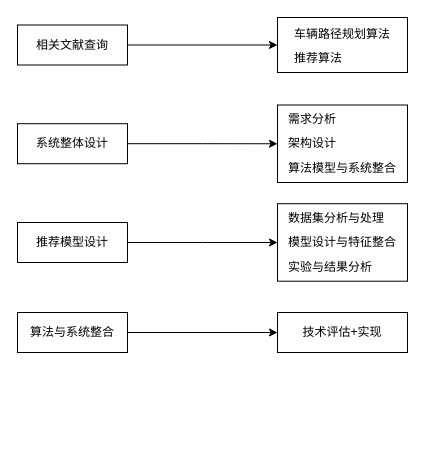
Earlier version of the draw.io diagram 研究的具体方案与路线.drawio (YoungYo/drawio). Source tidied: cells renumbered, new cells numbered last; positions are measured from the earlier drawing's top-left corner, leaving out a move shared by most shapes. Both pictures are drawn from the tidied source at 100%, with x=0, y=0 at pixel (17, 17).
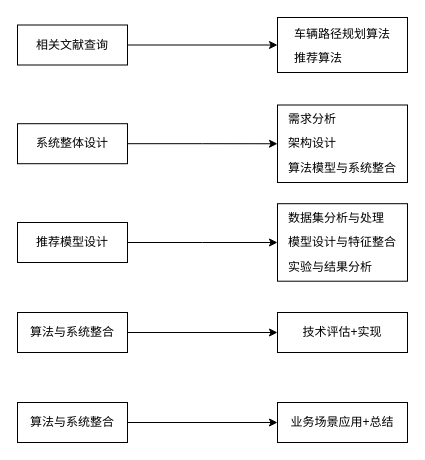
Above is the later version.

Commit message (it also covers changes not shown here):
Update 研究的具体方案与路线.drawio

Change to the diagram source:
```diff
@@
 <mxGraphModel>
   <root>
     <mxCell id="0" />
     <mxCell id="1" parent="0" />
     <mxCell id="2" style="edgeStyle=orthogonalEdgeStyle;rounded=0;jettySize=auto;html=1;entryX=0;entryY=0.5;entryDx=0;entryDy=0;" parent="1" edge="1" source="3" target="4">
       <mxGeometry relative="1" as="geometry" />
     </mxCell>
     <mxCell id="3" value="相关文献查询" style="rounded=0;whiteSpace=wrap;html=1;" parent="1" vertex="1">
       <mxGeometry y="7.5" width="110" height="40" as="geometry" />
     </mxCell>
     <mxCell id="4" value="&lt;p class=&quot;MsoNormal&quot; style=&quot;margin: 0pt 0pt 0.0001pt ; text-indent: 0pt ; text-align: justify ; line-height: 24px ; font-family: &amp;#34;times new roman&amp;#34;&quot;&gt;&lt;font face=&quot;宋体&quot; style=&quot;font-size: 12px&quot;&gt;车辆路径规划算法&lt;/font&gt;&lt;/p&gt;&lt;p class=&quot;MsoNormal&quot; style=&quot;margin: 0pt 0pt 0.0001pt ; text-indent: 0pt ; text-align: justify ; line-height: 24px ; font-family: &amp;#34;times new roman&amp;#34;&quot;&gt;&lt;font face=&quot;宋体&quot; style=&quot;font-size: 12px&quot;&gt;推荐算法&lt;/font&gt;&lt;/p&gt;" style="rounded=0;whiteSpace=wrap;html=1;" parent="1" vertex="1">
       <mxGeometry x="260" width="130" height="55" as="geometry" />
     </mxCell>
     <mxCell id="5" style="edgeStyle=orthogonalEdgeStyle;rounded=0;jettySize=auto;html=1;entryX=0;entryY=0.5;entryDx=0;entryDy=0;" parent="1" edge="1" source="6" target="11">
       <mxGeometry relative="1" as="geometry" />
     </mxCell>
     <mxCell id="6" value="系统整体设计" style="rounded=0;whiteSpace=wrap;html=1;" parent="1" vertex="1">
       <mxGeometry y="106.2" width="110" height="40" as="geometry" />
     </mxCell>
     <mxCell id="7" style="edgeStyle=orthogonalEdgeStyle;rounded=0;jettySize=auto;html=1;" parent="1" edge="1" source="8" target="12">
       <mxGeometry relative="1" as="geometry" />
     </mxCell>
     <mxCell id="8" value="推荐模型设计" style="rounded=0;whiteSpace=wrap;html=1;" parent="1" vertex="1">
       <mxGeometry y="205" width="110" height="40" as="geometry" />
     </mxCell>
     <mxCell id="9" style="edgeStyle=orthogonalEdgeStyle;rounded=0;jettySize=auto;html=1;entryX=0;entryY=0.5;entryDx=0;entryDy=0;" parent="1" edge="1" source="10" target="13">
       <mxGeometry relative="1" as="geometry" />
     </mxCell>
     <mxCell id="10" value="算法与系统整合" style="rounded=0;whiteSpace=wrap;html=1;" parent="1" vertex="1">
       <mxGeometry y="295" width="110" height="40" as="geometry" />
     </mxCell>
     <mxCell id="11" value="&lt;p class=&quot;MsoNormal&quot; style=&quot;margin: 0pt 0pt 0.0001pt ; text-indent: 0pt ; text-align: justify ; line-height: 24px ; font-family: &amp;#34;times new roman&amp;#34;&quot;&gt;&lt;font style=&quot;font-size: 12px&quot;&gt;&lt;span&gt;&lt;font face=&quot;宋体&quot; style=&quot;font-size: 12px&quot;&gt;需求分析&lt;/font&gt;&lt;/span&gt;&lt;/font&gt;&lt;/p&gt;&lt;p class=&quot;MsoNormal&quot; style=&quot;margin: 0pt 0pt 0.0001pt ; text-indent: 0pt ; text-align: justify ; line-height: 24px ; font-family: &amp;#34;times new roman&amp;#34;&quot;&gt;&lt;font style=&quot;font-size: 12px&quot;&gt;&lt;span&gt;&lt;font face=&quot;宋体&quot; style=&quot;font-size: 12px&quot;&gt;架构设计&lt;/font&gt;&lt;/span&gt;&lt;/font&gt;&lt;/p&gt;&lt;p class=&quot;MsoNormal&quot; style=&quot;margin: 0pt 0pt 0.0001pt ; text-indent: 0pt ; text-align: justify ; line-height: 24px ; font-family: &amp;#34;times new roman&amp;#34;&quot;&gt;&lt;span&gt;&lt;font face=&quot;宋体&quot; style=&quot;font-size: 12px&quot;&gt;算法模型与系统整合&lt;/font&gt;&lt;/span&gt;&lt;span style=&quot;font-size: 12pt&quot;&gt;&lt;/span&gt;&lt;/p&gt;" style="rounded=0;whiteSpace=wrap;html=1;" parent="1" vertex="1">
       <mxGeometry x="260" y="87.5" width="130" height="77.5" as="geometry" />
     </mxCell>
     <mxCell id="12" value="&lt;p class=&quot;MsoNormal&quot; style=&quot;margin: 0pt 0pt 0.0001pt ; text-indent: 0pt ; text-align: justify ; line-height: 24px ; font-family: &amp;#34;times new roman&amp;#34;&quot;&gt;&lt;font style=&quot;font-size: 12px&quot;&gt;&lt;span&gt;&lt;font face=&quot;宋体&quot; style=&quot;font-size: 12px&quot;&gt;数据集分析与处理&lt;/font&gt;&lt;/span&gt;&lt;/font&gt;&lt;/p&gt;&lt;p class=&quot;MsoNormal&quot; style=&quot;margin: 0pt 0pt 0.0001pt ; text-indent: 0pt ; text-align: justify ; line-height: 24px ; font-family: &amp;#34;times new roman&amp;#34;&quot;&gt;&lt;font style=&quot;font-size: 12px&quot;&gt;&lt;span&gt;&lt;font face=&quot;宋体&quot; style=&quot;font-size: 12px&quot;&gt;模型设计与特征整合&lt;/font&gt;&lt;/span&gt;&lt;/font&gt;&lt;/p&gt;&lt;p class=&quot;MsoNormal&quot; style=&quot;margin: 0pt 0pt 0.0001pt ; text-indent: 0pt ; text-align: justify ; line-height: 24px ; font-family: &amp;#34;times new roman&amp;#34;&quot;&gt;&lt;span&gt;&lt;font face=&quot;宋体&quot; style=&quot;font-size: 12px&quot;&gt;实验与结果分析&lt;/font&gt;&lt;/span&gt;&lt;span style=&quot;font-size: 12pt&quot;&gt;&lt;/span&gt;&lt;/p&gt;" style="rounded=0;whiteSpace=wrap;html=1;" parent="1" vertex="1">
       <mxGeometry x="260" y="186.2" width="130" height="77.5" as="geometry" />
     </mxCell>
     <mxCell id="13" value="技术评估+实现" style="rounded=0;whiteSpace=wrap;html=1;" parent="1" vertex="1">
       <mxGeometry x="260" y="295" width="130" height="40" as="geometry" />
     </mxCell>
+    <mxCell id="14" style="edgeStyle=orthogonalEdgeStyle;rounded=0;jettySize=auto;html=1;entryX=0;entryY=0.5;entryDx=0;entryDy=0;" parent="1" edge="1" source="15" target="16">
+      <mxGeometry relative="1" as="geometry" />
+    </mxCell>
+    <mxCell id="15" value="算法与系统整合" style="rounded=0;whiteSpace=wrap;html=1;" parent="1" vertex="1">
+      <mxGeometry y="385" width="110" height="40" as="geometry" />
+    </mxCell>
+    <mxCell id="16" value="业务场景应用+总结" style="rounded=0;whiteSpace=wrap;html=1;" parent="1" vertex="1">
+      <mxGeometry x="260" y="385" width="130" height="40" as="geometry" />
+    </mxCell>
   </root>
 </mxGraphModel>
```
